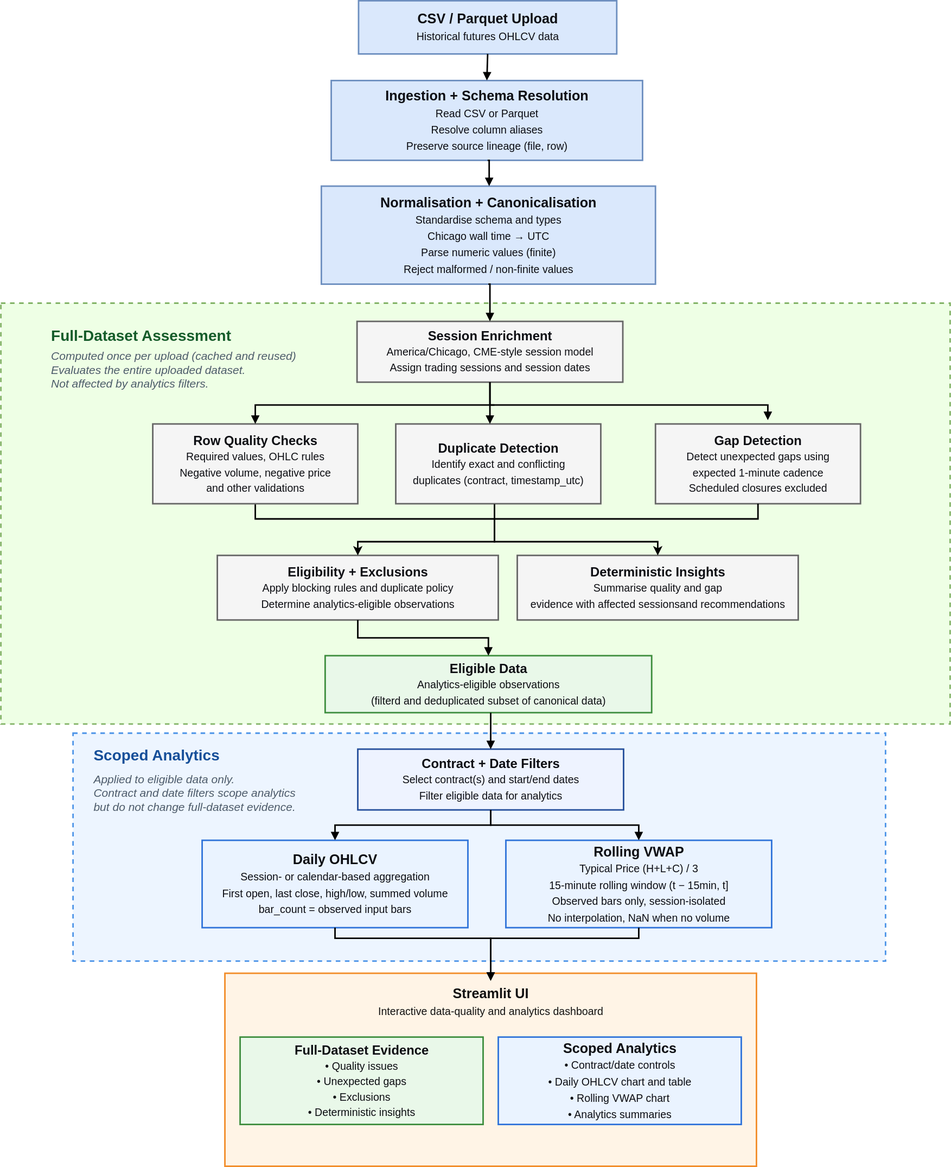
The draw.io diagram docs/architecture.svg in llilianw/market-data-quality, before a commit. Source tidied: cells renumbered, new cells last; positions are measured from the earlier drawing's top-left corner, leaving out a move shared by most shapes.
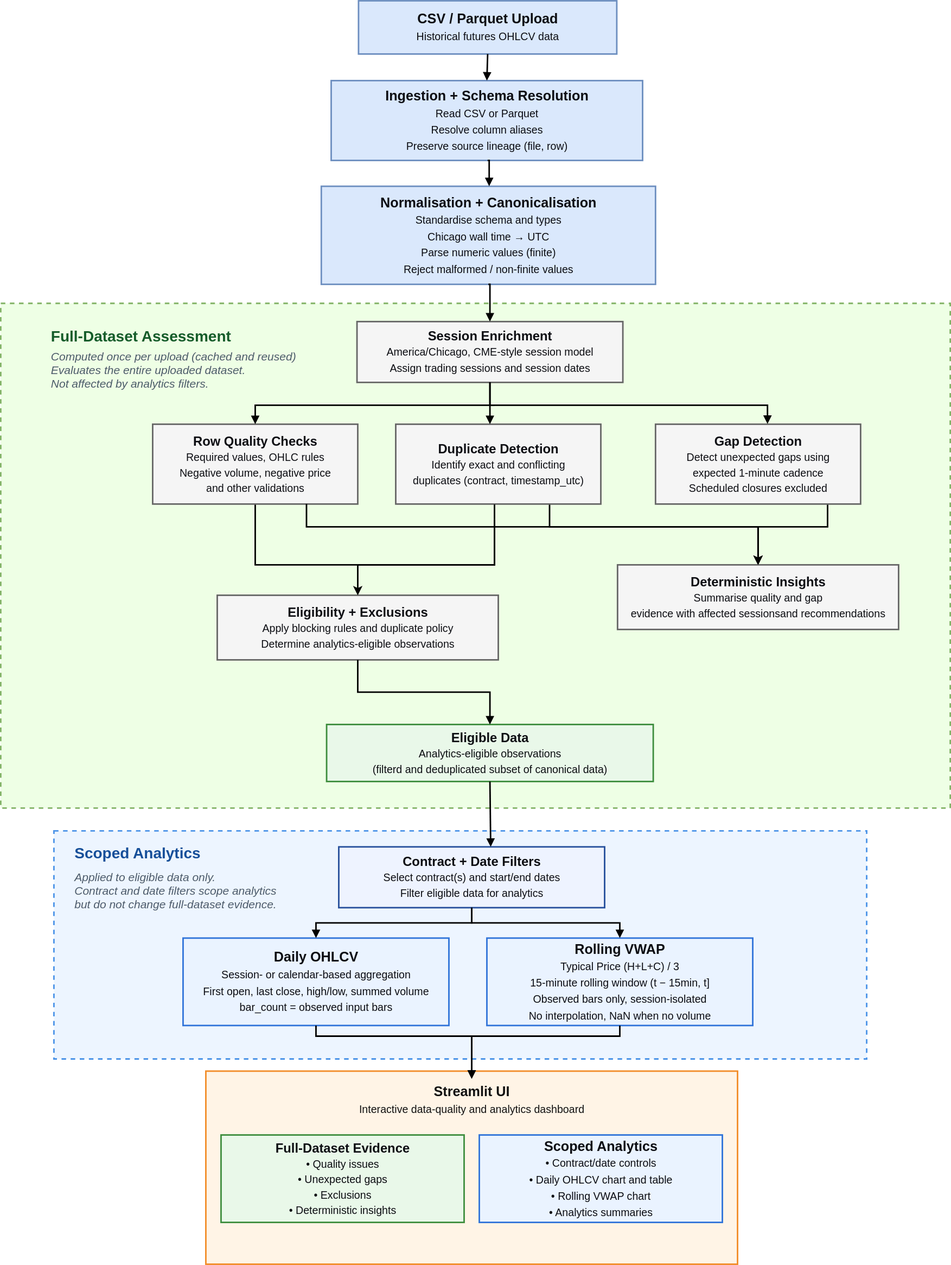
After the change.

Commit message:
fix:  architecture diagram correction

Diff of the diagram source:
```diff
@@ -3,13 +3,13 @@
     <mxCell id="0" />
     <mxCell id="1" parent="0" />
     <mxCell id="2" style="rounded=0;whiteSpace=wrap;html=1;fillColor=light-dark(#EEFFE5,#D5E8D4);strokeColor=#82b366;dashed=1;strokeWidth=2;" parent="1" vertex="1">
-      <mxGeometry y="398" width="1250" height="554" as="geometry" />
+      <mxGeometry y="398" width="1250" height="664" as="geometry" />
     </mxCell>
     <mxCell id="3" style="rounded=0;whiteSpace=wrap;html=1;fillColor=#edf5ff;gradientColor=none;strokeColor=#4c94e8;dashed=1;strokeWidth=2;" parent="1" vertex="1">
-      <mxGeometry x="95" y="964" width="1070" height="300" as="geometry" />
+      <mxGeometry x="70" y="1092" width="1070" height="300" as="geometry" />
     </mxCell>
     <mxCell id="4" style="rounded=0;whiteSpace=wrap;html=1;fillColor=#fff4e6;gradientColor=none;strokeColor=#f28c28;strokeWidth=2;" parent="1" vertex="1">
-      <mxGeometry x="295" y="1280" width="700" height="254" as="geometry" />
+      <mxGeometry x="270" y="1408" width="700" height="254" as="geometry" />
     </mxCell>
     <mxCell id="5" value="Full-Dataset Assessment" style="text;html=1;strokeColor=none;fillColor=none;align=left;verticalAlign=top;whiteSpace=wrap;fontSize=20;fontStyle=1;fontColor=#155c2a;" parent="1" vertex="1">
       <mxGeometry x="64" y="422" width="330" height="35" as="geometry" />
@@ -18,10 +18,10 @@
       <mxGeometry x="64" y="452" width="330" height="80" as="geometry" />
     </mxCell>
     <mxCell id="7" value="Scoped Analytics" style="text;html=1;strokeColor=none;fillColor=none;align=left;verticalAlign=top;whiteSpace=wrap;fontSize=20;fontStyle=1;fontColor=#164f99;" parent="1" vertex="1">
-      <mxGeometry x="120" y="974" width="280" height="35" as="geometry" />
+      <mxGeometry x="95" y="1102" width="280" height="35" as="geometry" />
     </mxCell>
     <mxCell id="8" value="Applied to eligible data only.&lt;br&gt;Contract and date filters scope analytics&lt;br&gt;but do not change full-dataset evidence." style="text;html=1;strokeColor=none;fillColor=none;align=left;verticalAlign=top;whiteSpace=wrap;fontSize=15;fontStyle=2;fontColor=#4d5b6a;" parent="1" vertex="1">
-      <mxGeometry x="120" y="1009" width="350" height="75" as="geometry" />
+      <mxGeometry x="95" y="1137" width="350" height="75" as="geometry" />
     </mxCell>
     <mxCell id="9" value="&lt;b&gt;CSV / Parquet Upload&lt;/b&gt;&lt;br&gt;&lt;font style=&quot;font-size:14px&quot;&gt;Historical futures OHLCV data&lt;/font&gt;" style="rounded=0;whiteSpace=wrap;html=1;fillColor=#dae8fc;strokeColor=#6c8ebf;strokeWidth=2;fontSize=18;align=center;verticalAlign=middle;fontColor=light-dark(#0c0d12, #dfdfdf);" parent="1" vertex="1">
       <mxGeometry x="471" width="340" height="70" as="geometry" />
@@ -39,46 +39,62 @@
       <mxGeometry x="-0.39" relative="1" as="geometry">
         <mxPoint x="650" y="682" as="targetPoint" />
         <Array as="points">
-          <mxPoint x="335" y="682" />
-          <mxPoint x="650" y="682" />
+          <mxPoint x="335" y="742" />
+          <mxPoint x="650" y="742" />
         </Array>
       </mxGeometry>
     </mxCell>
     <mxCell id="14" value="&lt;b&gt;Row Quality Checks&lt;/b&gt;&lt;br&gt;&lt;font style=&quot;font-size:14px&quot;&gt;Required values, OHLC rules&lt;br&gt;Negative volume, negative price&lt;br&gt;and other validations&lt;/font&gt;" style="rounded=0;whiteSpace=wrap;html=1;fillColor=#f5f5f5;strokeColor=#666666;strokeWidth=2;fontSize=17;fontColor=light-dark(#0c0d12, #dfdfdf);align=center;verticalAlign=middle;" parent="1" vertex="1">
       <mxGeometry x="200" y="557" width="270" height="105" as="geometry" />
     </mxCell>
+    <mxCell id="42" style="edgeStyle=orthogonalEdgeStyle;rounded=0;jettySize=auto;html=1;exitX=0.75;exitY=1;exitDx=0;exitDy=0;entryX=0.5;entryY=0;entryDx=0;entryDy=0;strokeWidth=2;" parent="1" edge="1" source="15" target="17">
+      <mxGeometry x="0.1" relative="1" as="geometry">
+        <Array as="points">
+          <mxPoint x="722.5" y="692" />
+          <mxPoint x="997" y="692" />
+        </Array>
+      </mxGeometry>
+    </mxCell>
     <mxCell id="15" value="&lt;b&gt;Duplicate Detection&lt;/b&gt;&lt;br&gt;&lt;font style=&quot;font-size:14px&quot;&gt;Identify exact and conflicting&lt;br&gt;duplicates (contract, timestamp_utc)&lt;/font&gt;" style="rounded=0;whiteSpace=wrap;html=1;fillColor=#f5f5f5;strokeColor=#666666;strokeWidth=2;fontSize=17;fontColor=light-dark(#0c0d12, #dfdfdf);align=center;verticalAlign=middle;" parent="1" vertex="1">
       <mxGeometry x="520" y="557" width="270" height="105" as="geometry" />
     </mxCell>
+    <mxCell id="43" style="edgeStyle=orthogonalEdgeStyle;rounded=0;jettySize=auto;html=1;exitX=0.839;exitY=1;exitDx=0;exitDy=0;entryX=0.5;entryY=0;entryDx=0;entryDy=0;strokeWidth=2;exitPerimeter=0;" parent="1" edge="1" source="16" target="17">
+      <mxGeometry x="0.53" relative="1" as="geometry">
+        <Array as="points">
+          <mxPoint x="1088.5" y="692" />
+          <mxPoint x="997" y="692" />
+        </Array>
+      </mxGeometry>
+    </mxCell>
     <mxCell id="16" value="&lt;b&gt;Gap Detection&lt;/b&gt;&lt;br&gt;&lt;font style=&quot;font-size:14px&quot;&gt;Detect unexpected gaps using&lt;br&gt;expected 1-minute cadence&lt;br&gt;Scheduled closures excluded&lt;/font&gt;" style="rounded=0;whiteSpace=wrap;html=1;fillColor=#f5f5f5;strokeColor=#666666;strokeWidth=2;fontSize=17;fontColor=light-dark(#0c0d12, #dfdfdf);align=center;verticalAlign=middle;" parent="1" vertex="1">
       <mxGeometry x="862" y="557" width="270" height="105" as="geometry" />
     </mxCell>
     <mxCell id="17" value="&lt;b&gt;Deterministic Insights&lt;/b&gt;&lt;br&gt;&lt;font style=&quot;font-size:14px&quot;&gt;Summarise quality and gap&lt;br&gt;evidence with affected sessionsand recommendations&lt;/font&gt;" style="rounded=0;whiteSpace=wrap;html=1;fillColor=#f5f5f5;strokeColor=#666666;strokeWidth=2;fontSize=17;fontColor=light-dark(#0c0d12, #dfdfdf);align=center;verticalAlign=middle;" parent="1" vertex="1">
-      <mxGeometry x="680" y="730" width="370" height="85" as="geometry" />
+      <mxGeometry x="812" y="742" width="370" height="85" as="geometry" />
     </mxCell>
     <mxCell id="18" value="&lt;b&gt;Eligibility + Exclusions&lt;/b&gt;&lt;br&gt;&lt;font style=&quot;font-size:14px&quot;&gt;Apply blocking rules and duplicate policy&lt;br&gt;Determine analytics-eligible observations&lt;/font&gt;" style="rounded=0;whiteSpace=wrap;html=1;fillColor=#f5f5f5;strokeColor=#666666;strokeWidth=2;fontSize=17;fontColor=light-dark(#0c0d12, #dfdfdf);align=center;verticalAlign=middle;" parent="1" vertex="1">
-      <mxGeometry x="285" y="730" width="370" height="85" as="geometry" />
+      <mxGeometry x="285" y="782" width="370" height="85" as="geometry" />
     </mxCell>
     <mxCell id="19" value="&lt;b&gt;Eligible Data&lt;/b&gt;&lt;br&gt;&lt;span style=&quot;font-size: 14px;&quot;&gt;Analytics-eligible observations&lt;/span&gt;&lt;div&gt;&lt;span style=&quot;font-size: 14px;&quot;&gt;(filterd and deduplicated subset of canonical data)&lt;/span&gt;&lt;/div&gt;" style="rounded=0;whiteSpace=wrap;html=1;fillColor=#e9f8e9;gradientColor=none;strokeColor=#3d8d3d;strokeWidth=2;fontSize=17;fontColor=light-dark(#0c0d12, #dfdfdf);align=center;verticalAlign=middle;" parent="1" vertex="1">
-      <mxGeometry x="427" y="862" width="430" height="75" as="geometry" />
+      <mxGeometry x="429" y="952" width="430" height="75" as="geometry" />
     </mxCell>
     <mxCell id="20" value="&lt;b&gt;Contract + Date Filters&lt;/b&gt;&lt;br&gt;&lt;font style=&quot;font-size:14px&quot;&gt;Select contract(s) and start/end dates&lt;br&gt;Filter eligible data for analytics&lt;/font&gt;" style="rounded=0;whiteSpace=wrap;html=1;fillColor=#eef3ff;gradientColor=none;strokeColor=#254f9b;strokeWidth=2;fontSize=17;fontColor=light-dark(#0c0d12, #dfdfdf);align=center;verticalAlign=middle;" parent="1" vertex="1">
-      <mxGeometry x="470" y="985" width="350" height="80" as="geometry" />
+      <mxGeometry x="445" y="1113" width="350" height="80" as="geometry" />
     </mxCell>
     <mxCell id="21" value="&lt;b&gt;Daily OHLCV&lt;/b&gt;&lt;br&gt;&lt;font style=&quot;font-size:14px&quot;&gt;Session- or calendar-based aggregation&lt;br&gt;First open, last close, high/low, summed volume&lt;br&gt;bar_count = observed input bars&lt;/font&gt;" style="rounded=0;whiteSpace=wrap;html=1;fillColor=#eaf3ff;gradientColor=none;strokeColor=#2f73d9;strokeWidth=2;fontSize=18;fontColor=light-dark(#0c0d12, #dfdfdf);align=center;verticalAlign=middle;" parent="1" vertex="1">
-      <mxGeometry x="265" y="1105" width="350" height="115" as="geometry" />
+      <mxGeometry x="240" y="1233" width="350" height="115" as="geometry" />
     </mxCell>
     <mxCell id="22" value="&lt;b&gt;Rolling VWAP&lt;/b&gt;&lt;br&gt;&lt;font style=&quot;font-size:14px&quot;&gt;Typical Price (H+L+C) / 3&lt;br&gt;15-minute rolling window (t − 15min, t]&lt;br&gt;Observed bars only, session-isolated&lt;br&gt;No interpolation, NaN when no volume&lt;/font&gt;" style="rounded=0;whiteSpace=wrap;html=1;fillColor=#eaf3ff;gradientColor=none;strokeColor=#2f73d9;strokeWidth=2;fontSize=18;fontColor=light-dark(#0c0d12, #dfdfdf);align=center;verticalAlign=middle;" parent="1" vertex="1">
-      <mxGeometry x="665" y="1105" width="350" height="115" as="geometry" />
+      <mxGeometry x="640" y="1233" width="350" height="115" as="geometry" />
     </mxCell>
     <mxCell id="23" value="&lt;b&gt;Streamlit UI&lt;/b&gt;&lt;br&gt;&lt;font style=&quot;font-size: 14px; font-weight: normal;&quot;&gt;Interactive data-quality and analytics dashboard&lt;/font&gt;" style="text;html=1;strokeColor=none;fillColor=none;align=center;verticalAlign=middle;whiteSpace=wrap;fontSize=18;fontStyle=1;fontColor=#111111;" parent="1" vertex="1">
-      <mxGeometry x="485" y="1290" width="320" height="55" as="geometry" />
+      <mxGeometry x="460" y="1418" width="320" height="55" as="geometry" />
     </mxCell>
     <mxCell id="24" value="&lt;b&gt;Full-Dataset Evidence&lt;/b&gt;&lt;br&gt;&lt;font style=&quot;font-size:14px&quot;&gt;• Quality issues&lt;br&gt;• Unexpected gaps&lt;br&gt;• Exclusions&lt;br&gt;• Deterministic insights&lt;/font&gt;" style="rounded=0;whiteSpace=wrap;html=1;fillColor=#e9f8e9;gradientColor=none;strokeColor=#3d8d3d;strokeWidth=2;fontSize=17;fontColor=light-dark(#0c0d12, #dfdfdf);align=center;verticalAlign=middle;" parent="1" vertex="1">
-      <mxGeometry x="315" y="1364" width="320" height="115" as="geometry" />
+      <mxGeometry x="290" y="1492" width="320" height="115" as="geometry" />
     </mxCell>
     <mxCell id="25" value="&lt;b&gt;Scoped Analytics&lt;/b&gt;&lt;br&gt;&lt;font style=&quot;font-size:14px&quot;&gt;• Contract/date controls&lt;br&gt;• Daily OHLCV chart and table&lt;br&gt;• Rolling VWAP chart&lt;br&gt;• Analytics summaries&lt;/font&gt;" style="rounded=0;whiteSpace=wrap;html=1;fillColor=#eaf3ff;gradientColor=none;strokeColor=#2f73d9;strokeWidth=2;fontSize=18;fontColor=light-dark(#0c0d12, #dfdfdf);align=center;verticalAlign=middle;" parent="1" vertex="1">
-      <mxGeometry x="655" y="1364" width="320" height="115" as="geometry" />
+      <mxGeometry x="630" y="1492" width="320" height="115" as="geometry" />
     </mxCell>
     <mxCell id="26" style="edgeStyle=orthogonalEdgeStyle;rounded=0;orthogonalLoop=1;jettySize=auto;html=1;endArrow=block;endFill=1;strokeWidth=2;" parent="1" edge="1">
       <mxGeometry relative="1" as="geometry">
@@ -99,32 +115,21 @@
         </Array>
       </mxGeometry>
     </mxCell>
-    <mxCell id="29" style="edgeStyle=orthogonalEdgeStyle;rounded=0;jettySize=auto;html=1;endArrow=block;endFill=1;strokeWidth=2;" parent="1" edge="1" source="12">
-      <mxGeometry x="0.12" relative="1" as="geometry">
-        <mxPoint x="1010" y="552" as="targetPoint" />
+    <mxCell id="29" style="edgeStyle=orthogonalEdgeStyle;rounded=0;jettySize=auto;html=1;endArrow=block;endFill=1;strokeWidth=2;entryX=0.546;entryY=-0.004;entryDx=0;entryDy=0;entryPerimeter=0;" parent="1" edge="1" source="12" target="16">
+      <mxGeometry x="0.1" relative="1" as="geometry">
         <Array as="points">
           <mxPoint x="644" y="532" />
-          <mxPoint x="1010" y="532" />
+          <mxPoint x="1009.4" y="532" />
         </Array>
       </mxGeometry>
     </mxCell>
-    <mxCell id="30" style="edgeStyle=orthogonalEdgeStyle;rounded=0;jettySize=auto;html=1;endArrow=none;endFill=0;strokeWidth=2;exitX=0.5;exitY=1;exitDx=0;exitDy=0;" parent="1" edge="1" source="16">
-      <mxGeometry x="0.58" relative="1" as="geometry">
-        <mxPoint x="660" y="682" as="targetPoint" />
-        <Array as="points">
-          <mxPoint x="997" y="682" />
-          <mxPoint x="650" y="682" />
-        </Array>
-      </mxGeometry>
-    </mxCell>
     <mxCell id="31" style="edgeStyle=orthogonalEdgeStyle;rounded=0;jettySize=auto;html=1;endArrow=block;endFill=1;strokeWidth=2;" parent="1" edge="1" source="18" target="19">
       <mxGeometry relative="1" as="geometry" />
     </mxCell>
-    <mxCell id="32" style="edgeStyle=orthogonalEdgeStyle;rounded=0;jettySize=auto;html=1;endArrow=block;endFill=1;strokeWidth=2;" parent="1" edge="1" source="19" target="20">
+    <mxCell id="32" style="edgeStyle=orthogonalEdgeStyle;rounded=0;jettySize=auto;html=1;endArrow=block;endFill=1;strokeWidth=2;exitX=0.5;exitY=1;exitDx=0;exitDy=0;" parent="1" edge="1" source="19" target="20">
       <mxGeometry x="-0.04" relative="1" as="geometry">
         <Array as="points">
-          <mxPoint x="645" y="942" />
-          <mxPoint x="645" y="942" />
+          <mxPoint x="645" y="1027" />
         </Array>
       </mxGeometry>
     </mxCell>
@@ -137,16 +142,16 @@
     <mxCell id="35" style="edgeStyle=orthogonalEdgeStyle;rounded=0;jettySize=auto;html=1;endArrow=block;endFill=1;strokeWidth=2;" parent="1" edge="1" source="21" target="23">
       <mxGeometry relative="1" as="geometry">
         <Array as="points">
-          <mxPoint x="440" y="1234" />
-          <mxPoint x="645" y="1234" />
+          <mxPoint x="415" y="1362" />
+          <mxPoint x="620" y="1362" />
         </Array>
       </mxGeometry>
     </mxCell>
     <mxCell id="36" style="edgeStyle=orthogonalEdgeStyle;rounded=0;jettySize=auto;html=1;endArrow=block;endFill=1;strokeWidth=2;" parent="1" edge="1" source="22" target="23">
       <mxGeometry relative="1" as="geometry">
         <Array as="points">
-          <mxPoint x="840" y="1234" />
-          <mxPoint x="645" y="1234" />
+          <mxPoint x="815" y="1362" />
+          <mxPoint x="620" y="1362" />
         </Array>
       </mxGeometry>
     </mxCell>
@@ -166,25 +171,24 @@
       <mxGeometry relative="1" as="geometry">
         <mxPoint x="650" y="682" as="sourcePoint" />
         <Array as="points">
-          <mxPoint x="650" y="712" />
-          <mxPoint x="470" y="712" />
+          <mxPoint x="650" y="742" />
+          <mxPoint x="470" y="742" />
         </Array>
       </mxGeometry>
     </mxCell>
-    <mxCell id="40" style="endArrow=classic;html=1;rounded=0;entryX=0.5;entryY=0;entryDx=0;entryDy=0;edgeStyle=orthogonalEdgeStyle;strokeWidth=2;" parent="1" edge="1" target="17">
-      <mxGeometry relative="1" as="geometry">
-        <mxPoint x="650" y="682" as="sourcePoint" />
-        <Array as="points">
-          <mxPoint x="650" y="712" />
-          <mxPoint x="865" y="712" />
-        </Array>
-      </mxGeometry>
-    </mxCell>
     <mxCell id="41" style="endArrow=none;html=1;rounded=0;strokeWidth=2;" parent="1" edge="1">
       <mxGeometry relative="1" as="geometry">
         <mxPoint x="650" y="662.5" as="sourcePoint" />
         <mxPoint x="650" y="682" as="targetPoint" />
       </mxGeometry>
     </mxCell>
+    <mxCell id="44" style="endArrow=classic;html=1;rounded=0;exitX=0.75;exitY=1;exitDx=0;exitDy=0;entryX=0.5;entryY=0;entryDx=0;entryDy=0;edgeStyle=orthogonalEdgeStyle;strokeWidth=2;" parent="1" edge="1" source="14" target="17">
+      <mxGeometry x="0.05" relative="1" as="geometry">
+        <Array as="points">
+          <mxPoint x="402.5" y="692" />
+          <mxPoint x="997" y="692" />
+        </Array>
+      </mxGeometry>
+    </mxCell>
   </root>
 </mxGraphModel>
```
